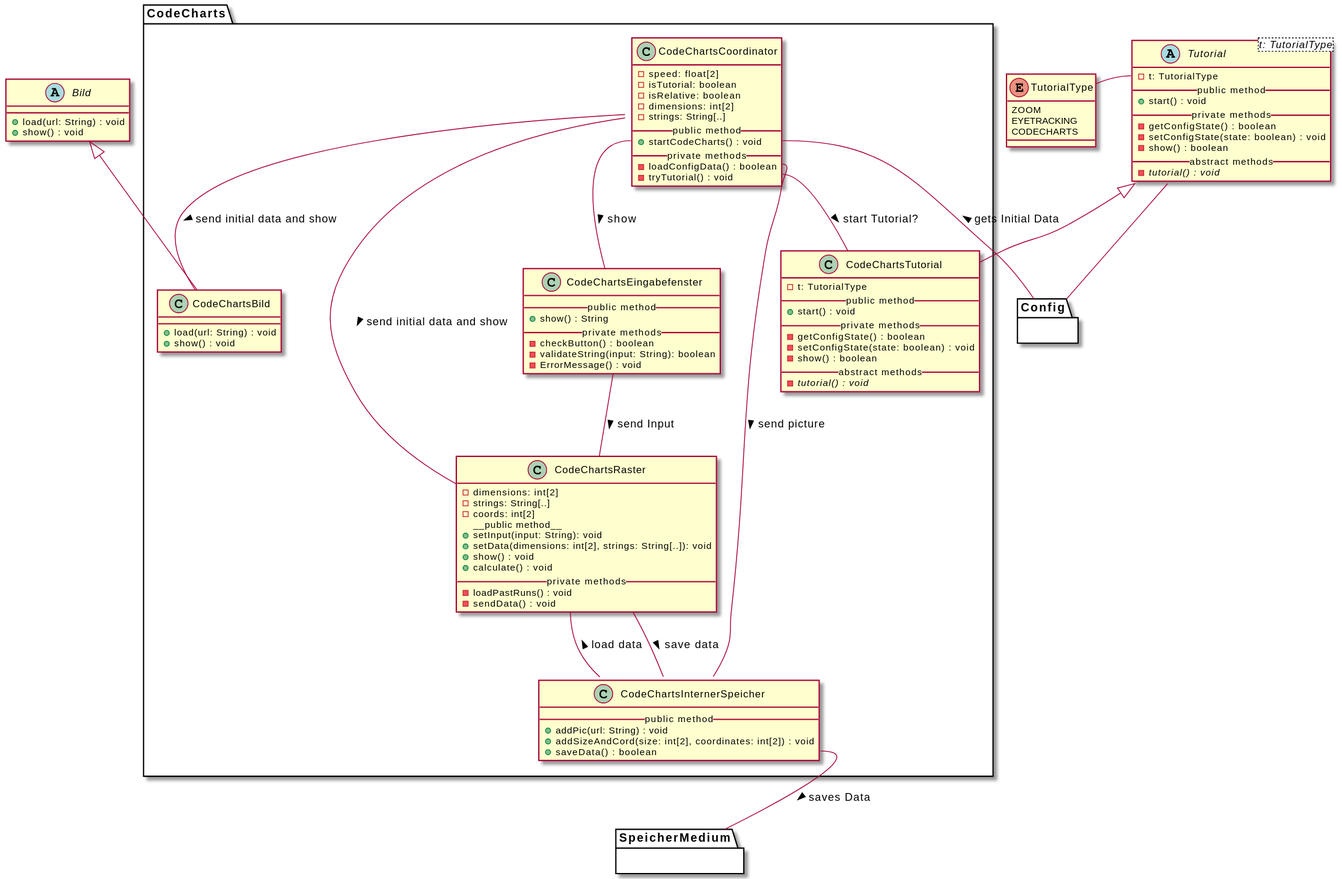
This is meilenstein_03/uml-code_charts/uml-code_charts.svg from weichware10/meilensteine, a PlantUML export, as it was before one commit.
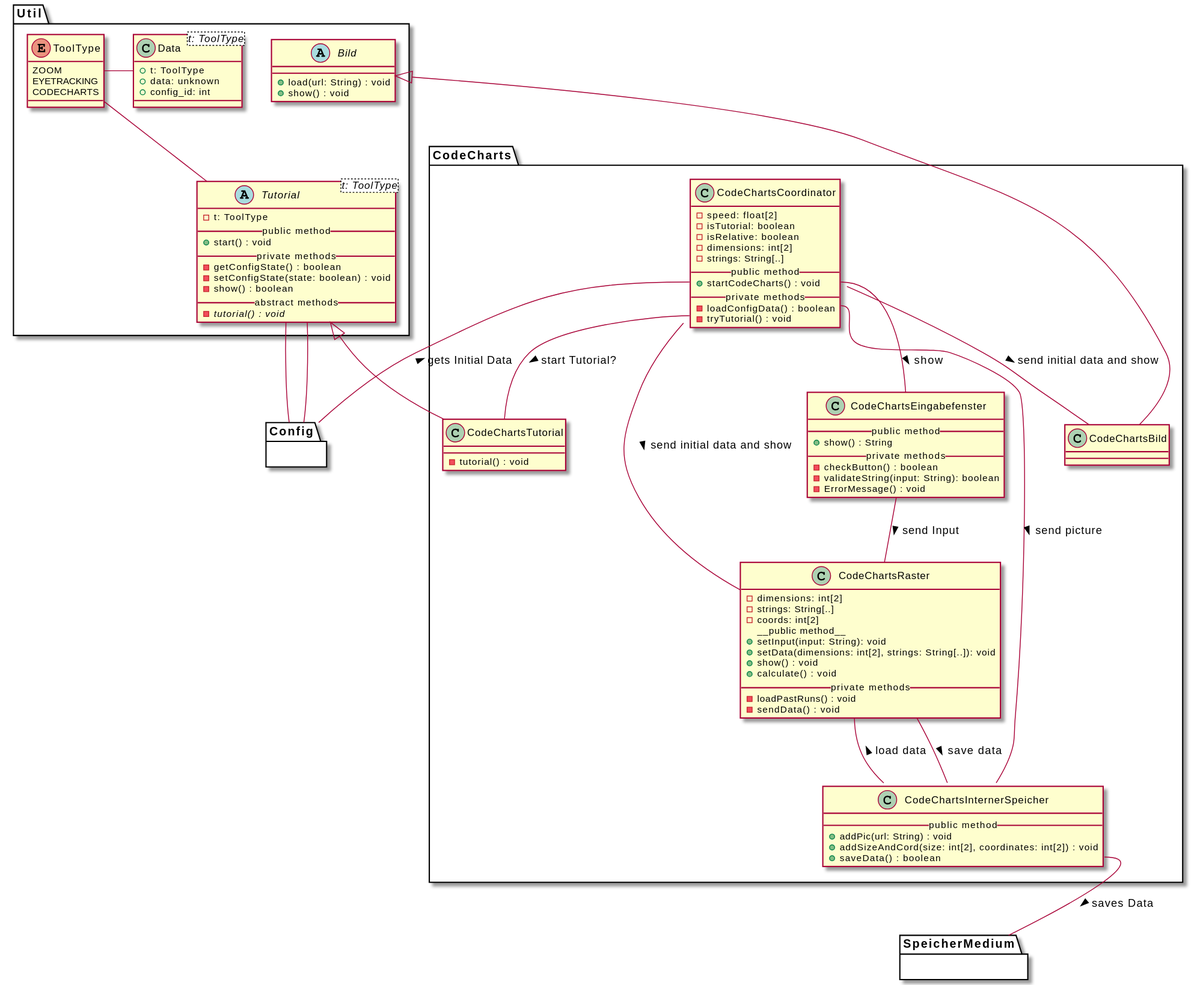
The same diagram one commit later.

Commit message:
Render PlantUML SVGs

Change to the diagram source:
```diff
@@ -1,38 +1,9 @@
 @startuml
 top to bottom direction
 
-abstract Tutorial<t: TutorialType> {
-  - t: TutorialType
-  __public method__
-  + start() : void
-  __private methods__
-  - getConfigState() : boolean
-  - setConfigState(state: boolean) : void
-  - show() : boolean
-  __abstract methods__
-  - {abstract} tutorial() : void
-}
-
-enum TutorialType {
-  ZOOM
-  EYETRACKING
-  CODECHARTS
-}
-
-Tutorial::t -l- TutorialType
-Tutorial -d- Config
-
-
-
-abstract Bild {
-  + load(url: String) : void
-  + show() : void
-}
-
-package CodeCharts {
-
-    class CodeChartsTutorial {
-      - t: TutorialType
+package Util {
+    abstract Tutorial<t: ToolType> {
+      - t: ToolType
       __public method__
       + start() : void
       __private methods__
@@ -41,6 +12,36 @@
       - show() : boolean
       __abstract methods__
       - {abstract} tutorial() : void
+    }
+
+    enum ToolType {
+      ZOOM
+      EYETRACKING
+      CODECHARTS
+    }
+
+    Tutorial -u- ToolType
+    Data -r- ToolType
+    Tutorial -d- Config
+
+
+
+    abstract Bild {
+      + load(url: String) : void
+      + show() : void
+    }
+
+    class Data<t: ToolType> {
+        + t: ToolType
+        + data: unknown
+        + config_id: int
+    }
+}
+
+package CodeCharts {
+
+    class CodeChartsTutorial {
+      - tutorial() : void
     }
 
     class CodeChartsCoordinator {
@@ -64,8 +65,6 @@
     }
 
     class CodeChartsBild {
-        + load(url: String) : void
-        + show() : void
     }
 
     class CodeChartsRaster {
@@ -91,22 +90,21 @@
         - ErrorMessage() : void
     }
 
-    Bild <|-d- CodeChartsBild
-    Tutorial <|-d- CodeChartsTutorial
+  Bild <|-d- CodeChartsBild
+  Tutorial <|-d- CodeChartsTutorial
 
-    CodeChartsCoordinator -- CodeChartsBild : > send initial data and show
-    CodeChartsCoordinator -- CodeChartsRaster : > send initial data and show
-    CodeChartsCoordinator::startCodeCharts -- CodeChartsEingabefenster : > show
-    CodeChartsCoordinator::loadConfigData -- CodeChartsInternerSpeicher : > send picture
-    CodeChartsCoordinator::tryTutorial -- CodeChartsTutorial : > start Tutorial?
-    CodeChartsRaster -- CodeChartsInternerSpeicher : < load data
-    CodeChartsRaster -- CodeChartsInternerSpeicher : > save data
-    CodeChartsEingabefenster -- CodeChartsRaster : > send Input
+  Tutorial -d- Config
+  CodeChartsCoordinator -- CodeChartsBild : > send initial data and show
+  CodeChartsCoordinator -- CodeChartsRaster : > send initial data and show
+  CodeChartsCoordinator::startCodeCharts -- CodeChartsEingabefenster : > show
+  CodeChartsCoordinator::loadConfigData -- CodeChartsInternerSpeicher : > send picture
+  CodeChartsCoordinator::tryTutorial -- CodeChartsTutorial : > start Tutorial?
+  CodeChartsRaster -- CodeChartsInternerSpeicher : < load data
+  CodeChartsRaster -- CodeChartsInternerSpeicher : > save data
+  CodeChartsEingabefenster -- CodeChartsRaster : > send Input
 
-
-
-    CodeChartsInternerSpeicher::saveData -- SpeicherMedium : > saves Data
-    CodeChartsCoordinator::startCodeCharts -- Config : < gets Initial Data
+  CodeChartsInternerSpeicher::saveData -- SpeicherMedium : > saves Data
+  CodeChartsCoordinator::startCodeCharts -- Config : < gets Initial Data
 
 }
 
```
